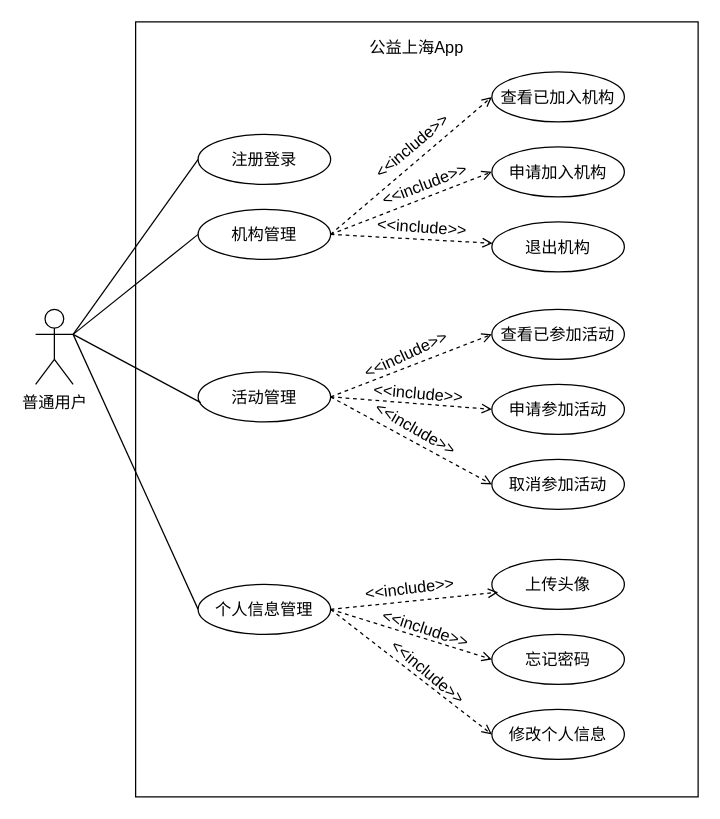
The draw.io diagram 用户用例图.drawio in Xiaoran630/drow, before the edit. Source tidied: cells renumbered, new cells numbered last; positions are measured from the earlier drawing's top-left corner, leaving out a move shared by most shapes. Both pictures are drawn from the tidied source at 125%, with x=0, y=0 at pixel (35, 21).
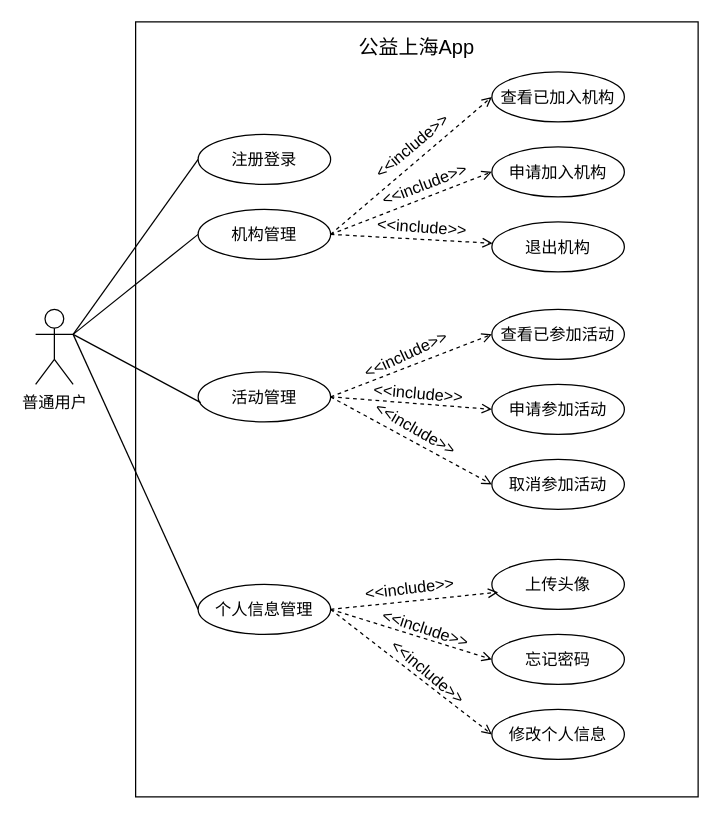
The same page after the edit.

Commit message (it also covers changes not shown here):
更新用户用例图.drawio

The edit, as a diff of the source:
```diff
@@
-    <mxCell id="39" value="公益上海App" style="rounded=0;whiteSpace=wrap;html=1;strokeColor=none;fillColor=none;fontSize=13;labelBackgroundColor=none;" parent="1" vertex="1">
+    <mxCell id="39" value="公益上海App" style="rounded=0;whiteSpace=wrap;html=1;strokeColor=none;fillColor=none;fontSize=16;labelBackgroundColor=none;" parent="1" vertex="1">
       <mxGeometry x="245" y="10" width="120" height="20" as="geometry" />
     </mxCell>
```
